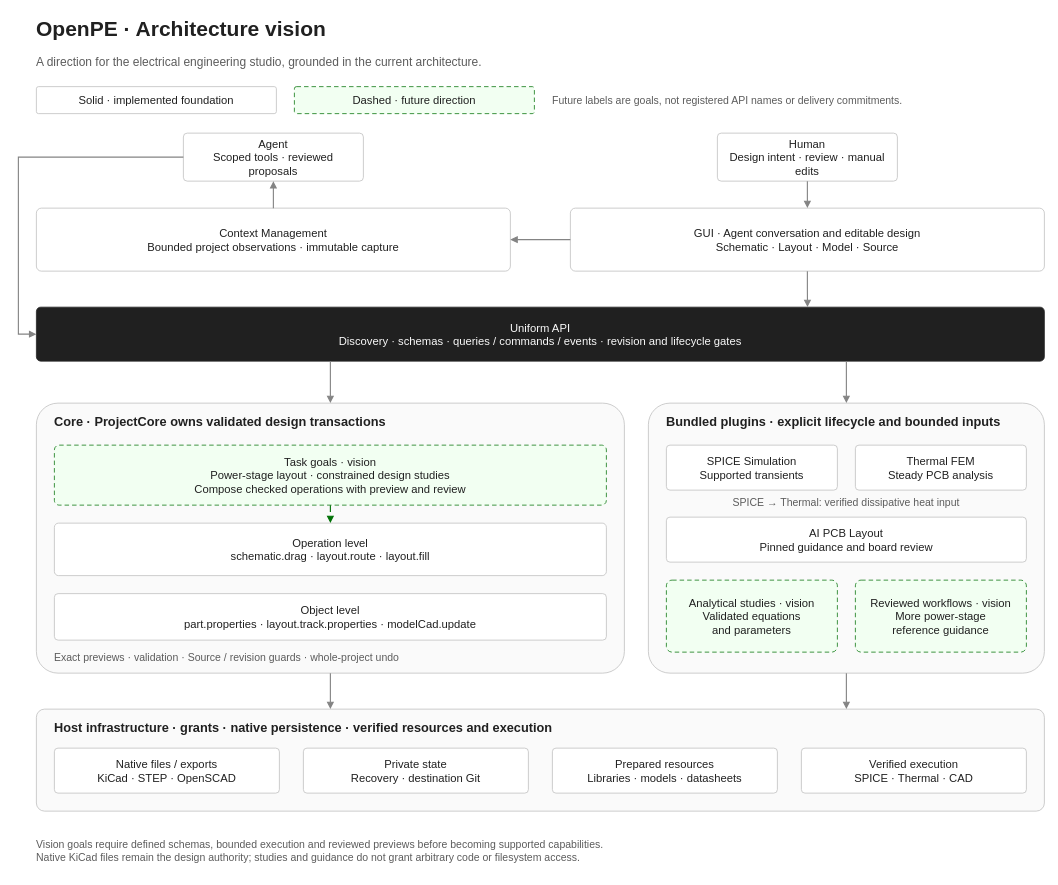
This is page "Modified" (1 of 2) of assets/vision.drawio from Open-Power-Electronics/OpenPE, a draw.io file, before an edit. Source tidied: cells renumbered, new cells numbered last; positions are measured from the earlier drawing's top-left corner, leaving out a move shared by most shapes. Both pictures are drawn from the tidied source at 75%, with x=0, y=0 at pixel (18, 13).
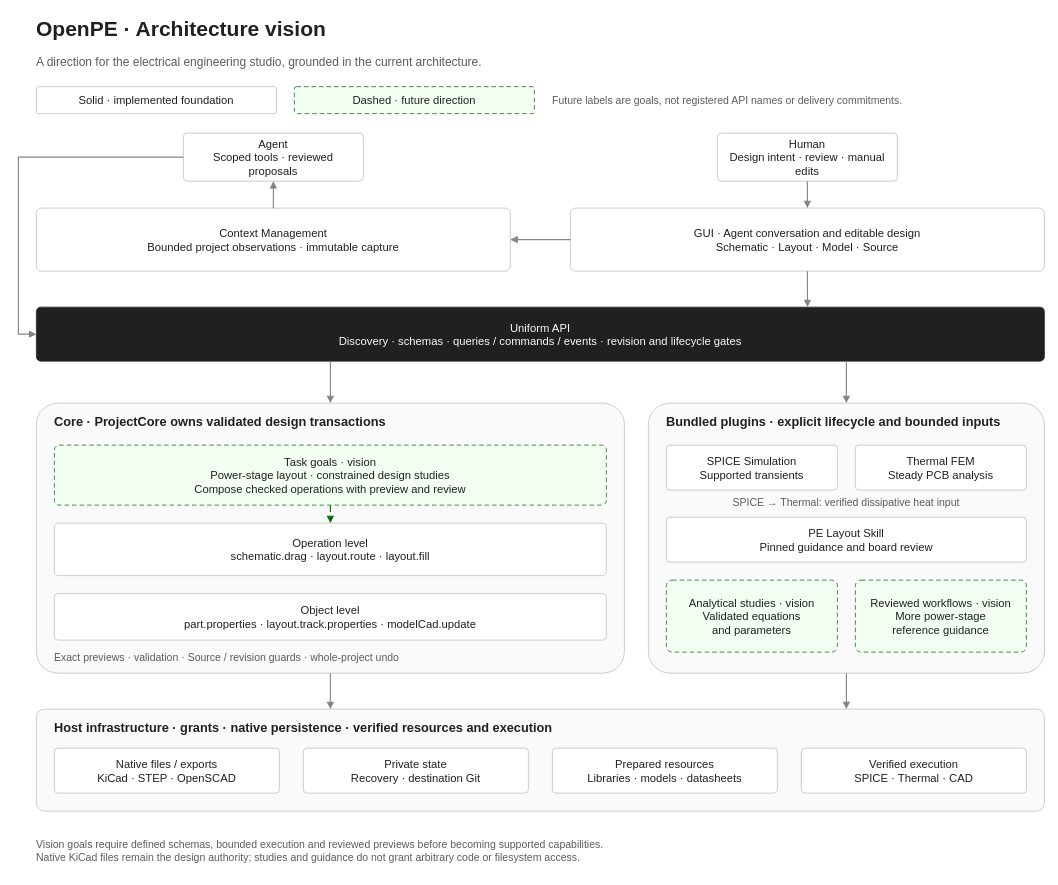
The same diagram, later.

Change to the diagram source:
```diff
@@
-    <mxCell id="23" value="AI PCB Layout&#10;Pinned guidance and board review" style="rounded=1;html=0;whiteSpace=wrap;fontFamily=Arial;fontSize=15;fontColor=#202020;fillColor=#ffffff;strokeColor=#bdbdbd;strokeWidth=1;shadow=0;arcSize=8;align=center;verticalAlign=middle;spacing=8;" parent="1" vertex="1">
+    <mxCell id="23" value="PE Layout Skill&#10;Pinned guidance and board review" style="rounded=1;html=0;whiteSpace=wrap;fontFamily=Arial;fontSize=15;fontColor=#202020;fillColor=#ffffff;strokeColor=#bdbdbd;strokeWidth=1;shadow=0;arcSize=8;align=center;verticalAlign=middle;spacing=8;" parent="1" vertex="1">
       <mxGeometry x="864" y="672" width="480" height="60" as="geometry" />
     </mxCell>
```
